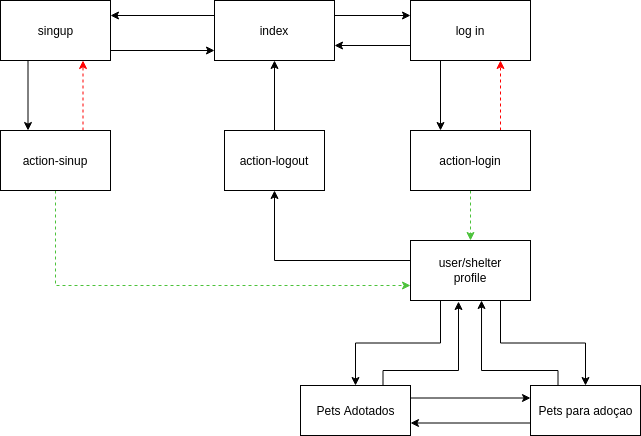
Earlier version of the draw.io export images/navigation_diagram.png (catarina03/FEUP-LTW-AdoptMe). Source tidied: cells renumbered, new cells last; positions are measured from the earlier drawing's top-left corner, leaving out a move shared by most shapes.
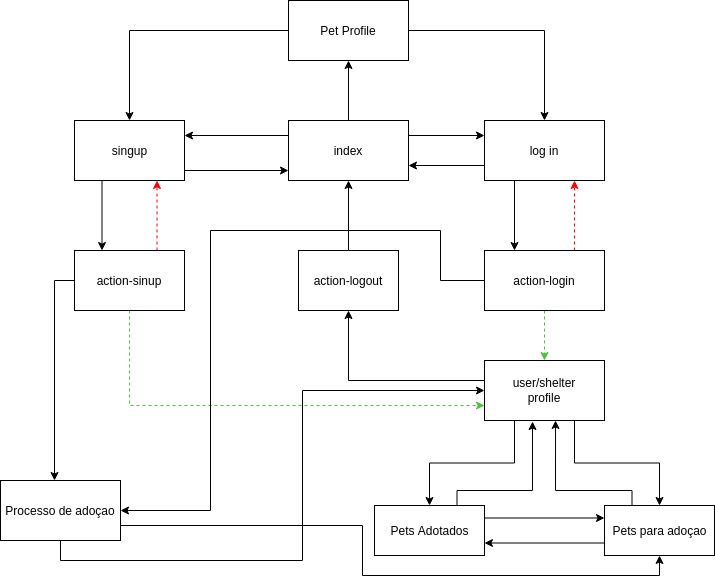
After the change.

Diff of the diagram source:
```diff
@@ -8,6 +8,9 @@
     <mxCell id="3" style="edgeStyle=orthogonalEdgeStyle;rounded=0;jettySize=auto;html=1;exitX=1;exitY=0.25;exitDx=0;exitDy=0;entryX=0;entryY=0.25;entryDx=0;entryDy=0;" parent="1" edge="1" source="4" target="10">
       <mxGeometry relative="1" as="geometry" />
     </mxCell>
+    <mxCell id="29" style="edgeStyle=orthogonalEdgeStyle;rounded=0;jettySize=auto;html=1;exitX=0.5;exitY=0;exitDx=0;exitDy=0;entryX=0.5;entryY=1;entryDx=0;entryDy=0;" parent="1" edge="1" source="4" target="34">
+      <mxGeometry relative="1" as="geometry" />
+    </mxCell>
     <mxCell id="4" value="index" style="rounded=0;whiteSpace=wrap;html=1;" parent="1" vertex="1">
       <mxGeometry x="214" width="120" height="60" as="geometry" />
     </mxCell>
@@ -56,6 +59,13 @@
     <mxCell id="16" style="edgeStyle=orthogonalEdgeStyle;rounded=0;jettySize=auto;html=1;exitX=0.75;exitY=0;exitDx=0;exitDy=0;entryX=0.75;entryY=1;entryDx=0;entryDy=0;dashed=1;strokeColor=#FF0000;" parent="1" edge="1" source="17" target="7">
       <mxGeometry relative="1" as="geometry" />
     </mxCell>
+    <mxCell id="30" style="edgeStyle=orthogonalEdgeStyle;rounded=0;jettySize=auto;html=1;exitX=0;exitY=0.5;exitDx=0;exitDy=0;" parent="1" edge="1" source="17" target="37">
+      <mxGeometry relative="1" as="geometry">
+        <Array as="points">
+          <mxPoint x="-20" y="160" />
+        </Array>
+      </mxGeometry>
+    </mxCell>
     <mxCell id="17" value="action-sinup" style="rounded=0;whiteSpace=wrap;html=1;" parent="1" vertex="1">
       <mxGeometry y="130" width="110" height="60" as="geometry" />
     </mxCell>
@@ -65,6 +75,16 @@
     <mxCell id="19" style="edgeStyle=orthogonalEdgeStyle;rounded=0;jettySize=auto;html=1;exitX=0.75;exitY=0;exitDx=0;exitDy=0;entryX=0.75;entryY=1;entryDx=0;entryDy=0;dashed=1;strokeColor=#FF0000;" parent="1" edge="1" source="20" target="10">
       <mxGeometry relative="1" as="geometry" />
     </mxCell>
+    <mxCell id="31" style="edgeStyle=orthogonalEdgeStyle;rounded=0;jettySize=auto;html=1;exitX=0;exitY=0.5;exitDx=0;exitDy=0;entryX=1;entryY=0.5;entryDx=0;entryDy=0;" parent="1" edge="1" source="20" target="37">
+      <mxGeometry relative="1" as="geometry">
+        <Array as="points">
+          <mxPoint x="366" y="160" />
+          <mxPoint x="366" y="110" />
+          <mxPoint x="136" y="110" />
+          <mxPoint x="136" y="390" />
+        </Array>
+      </mxGeometry>
+    </mxCell>
     <mxCell id="20" value="action-login" style="rounded=0;whiteSpace=wrap;html=1;" parent="1" vertex="1">
       <mxGeometry x="410" y="130" width="120" height="60" as="geometry" />
     </mxCell>
@@ -102,5 +122,23 @@
     <mxCell id="28" value="Pets para adoçao" style="html=1;" parent="1" vertex="1">
       <mxGeometry x="530" y="385" width="110" height="50" as="geometry" />
     </mxCell>
+    <mxCell id="32" style="edgeStyle=orthogonalEdgeStyle;rounded=0;jettySize=auto;html=1;exitX=1;exitY=0.5;exitDx=0;exitDy=0;" parent="1" edge="1" source="34" target="10">
+      <mxGeometry relative="1" as="geometry" />
+    </mxCell>
+    <mxCell id="33" style="edgeStyle=orthogonalEdgeStyle;rounded=0;jettySize=auto;html=1;exitX=0;exitY=0.5;exitDx=0;exitDy=0;" parent="1" edge="1" source="34" target="7">
+      <mxGeometry relative="1" as="geometry" />
+    </mxCell>
+    <mxCell id="34" value="Pet Profile" style="rounded=0;whiteSpace=wrap;html=1;" parent="1" vertex="1">
+      <mxGeometry x="214" y="-120" width="120" height="60" as="geometry" />
+    </mxCell>
+    <mxCell id="35" style="edgeStyle=orthogonalEdgeStyle;rounded=0;jettySize=auto;html=1;exitX=0.5;exitY=1;exitDx=0;exitDy=0;entryX=0;entryY=0.5;entryDx=0;entryDy=0;" parent="1" edge="1" source="37" target="14">
+      <mxGeometry relative="1" as="geometry" />
+    </mxCell>
+    <mxCell id="36" style="edgeStyle=orthogonalEdgeStyle;rounded=0;jettySize=auto;html=1;exitX=1;exitY=0.75;exitDx=0;exitDy=0;entryX=0.5;entryY=1;entryDx=0;entryDy=0;" parent="1" edge="1" source="37" target="28">
+      <mxGeometry relative="1" as="geometry" />
+    </mxCell>
+    <mxCell id="37" value="Processo de adoçao" style="rounded=0;whiteSpace=wrap;html=1;" parent="1" vertex="1">
+      <mxGeometry x="-74" y="360" width="120" height="60" as="geometry" />
+    </mxCell>
   </root>
 </mxGraphModel>
```
